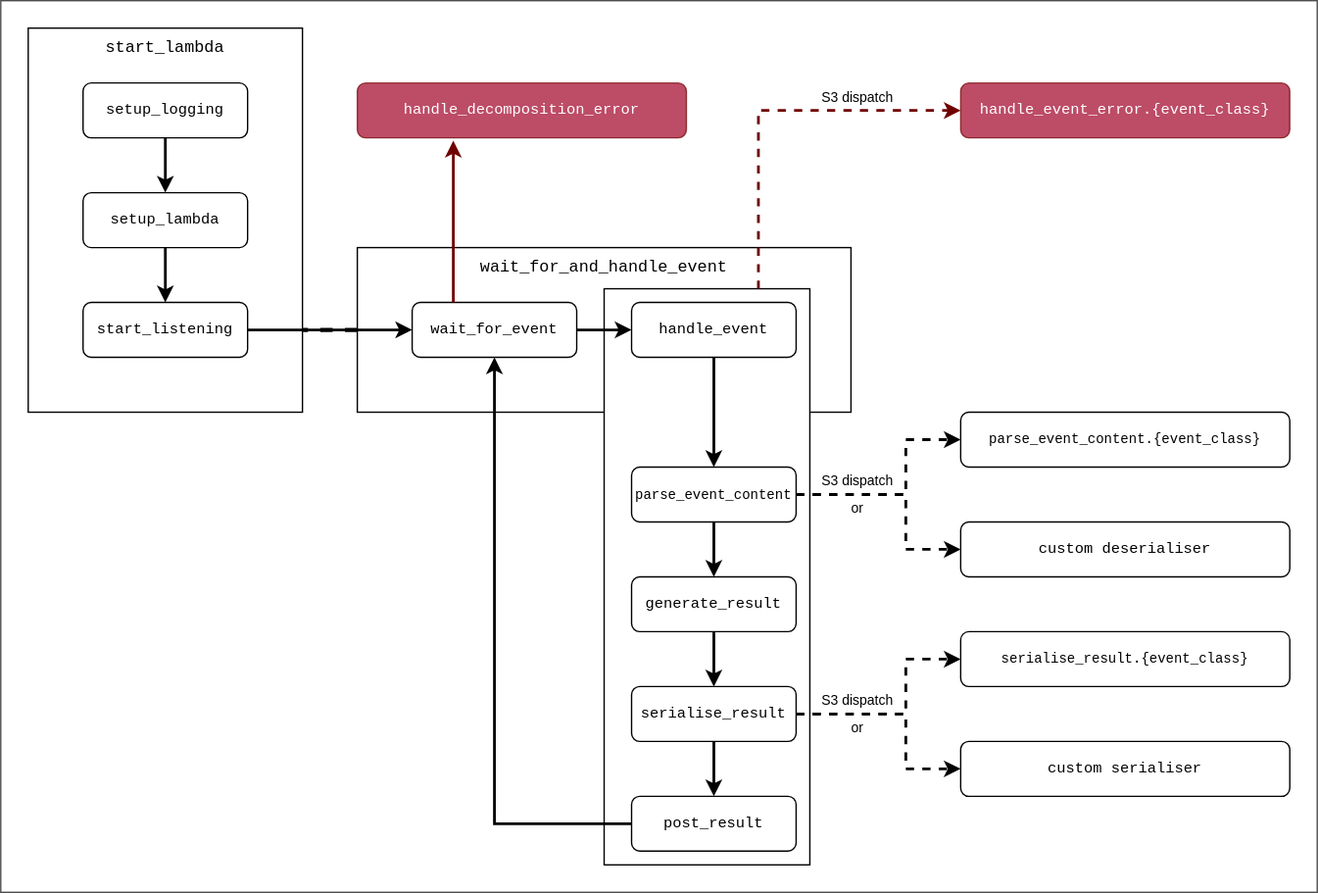
The draw.io diagram man/figures/start-listening.drawio.svg in mdneuzerling/lambdr, before a commit. Source tidied: cells renumbered, new cells last; positions are measured from the earlier drawing's top-left corner, leaving out a move shared by most shapes.
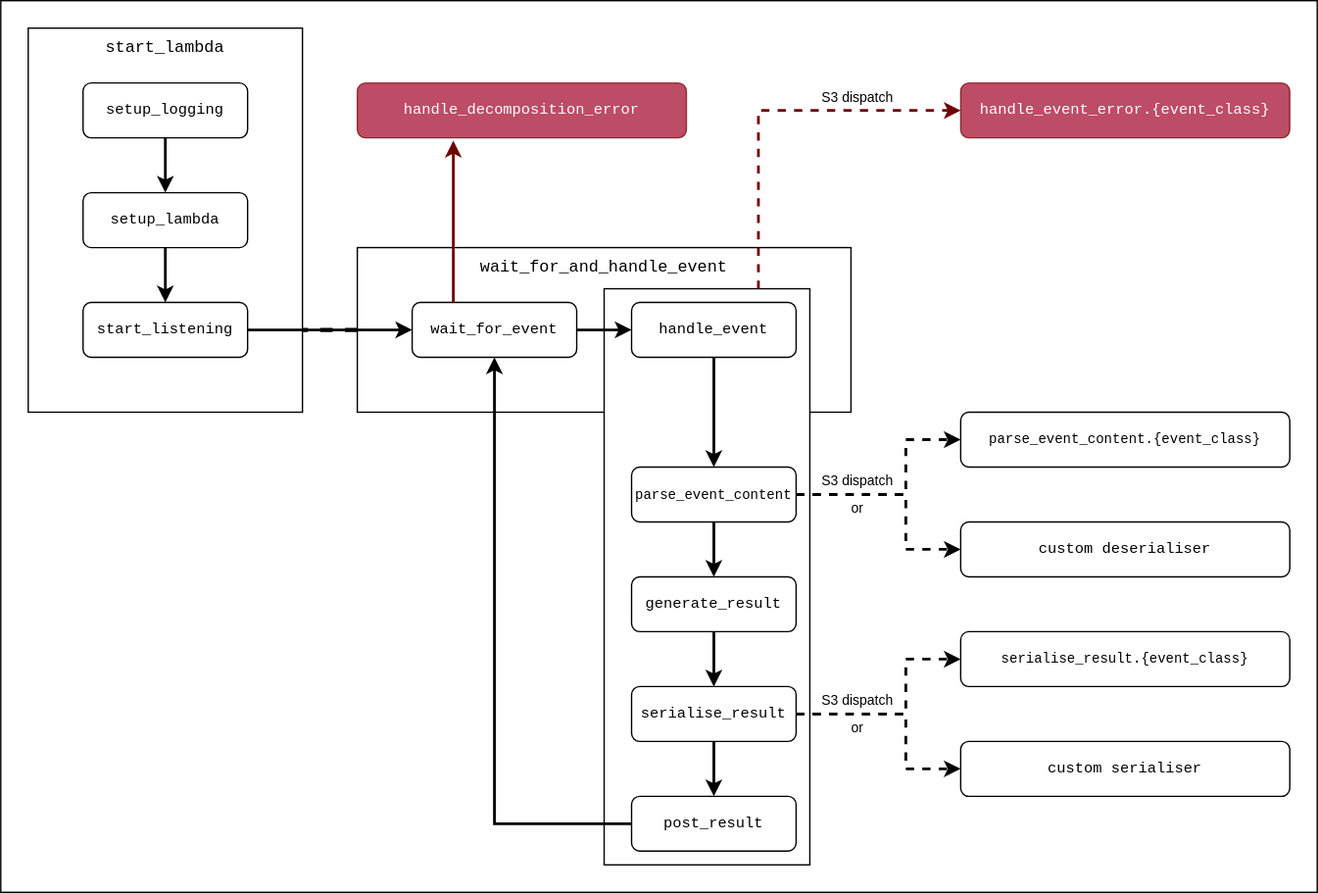
Later version of the same file.

Commit message:
Plz no transparent background

Diff of the diagram source:
```diff
@@ -1,8 +1,8 @@
-<mxGraphModel>
+<mxGraphModel background="#FFFFFF">
   <root>
     <mxCell id="0" />
     <mxCell id="1" parent="0" />
-    <mxCell id="2" style="rounded=0;whiteSpace=wrap;html=1;fontSize=10;verticalAlign=top;opacity=70;fillColor=#FFFFFF;" parent="1" vertex="1">
+    <mxCell id="2" style="rounded=0;whiteSpace=wrap;html=1;fontSize=10;verticalAlign=top;fillColor=#FFFFFF;labelBackgroundColor=#ffffff;" parent="1" vertex="1">
       <mxGeometry width="960" height="650" as="geometry" />
     </mxCell>
     <mxCell id="3" style="edgeStyle=orthogonalEdgeStyle;rounded=1;jettySize=auto;html=1;dashed=1;fontSize=10;strokeWidth=3;" parent="1" edge="1" source="4" target="11">
```
